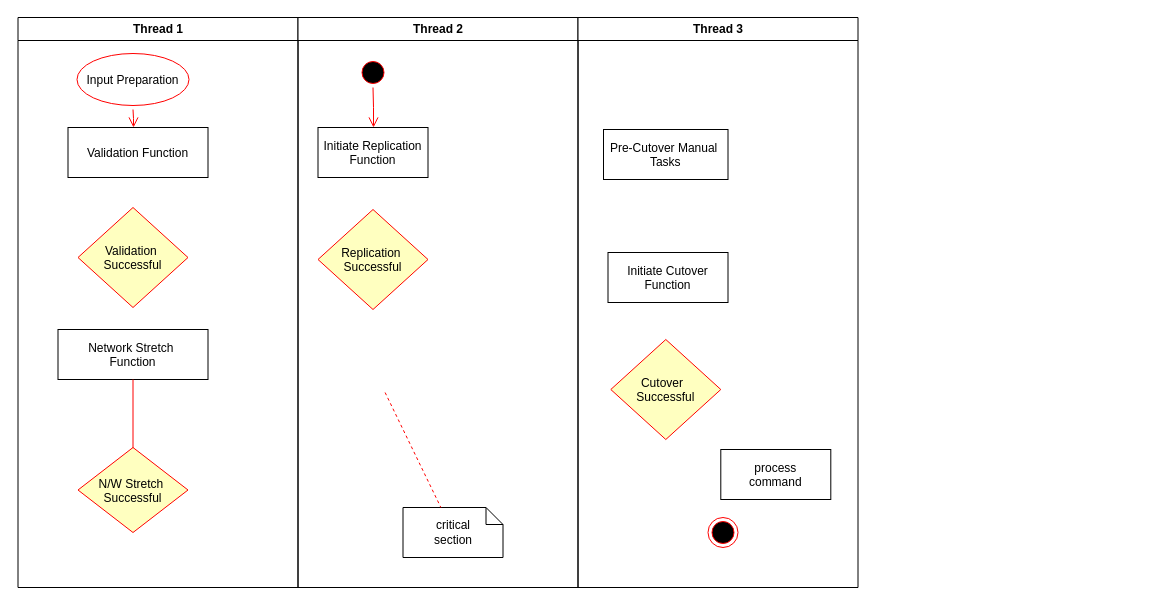
Above: Untitled Diagram.drawio in ShoMat9/DrawIO (draw.io), before the change. Source tidied: cells renumbered, new cells numbered last; positions are measured from the earlier drawing's top-left corner, leaving out a move shared by most shapes. Both pictures are drawn from the tidied source at 100%, with x=0, y=0 at pixel (17, 17).
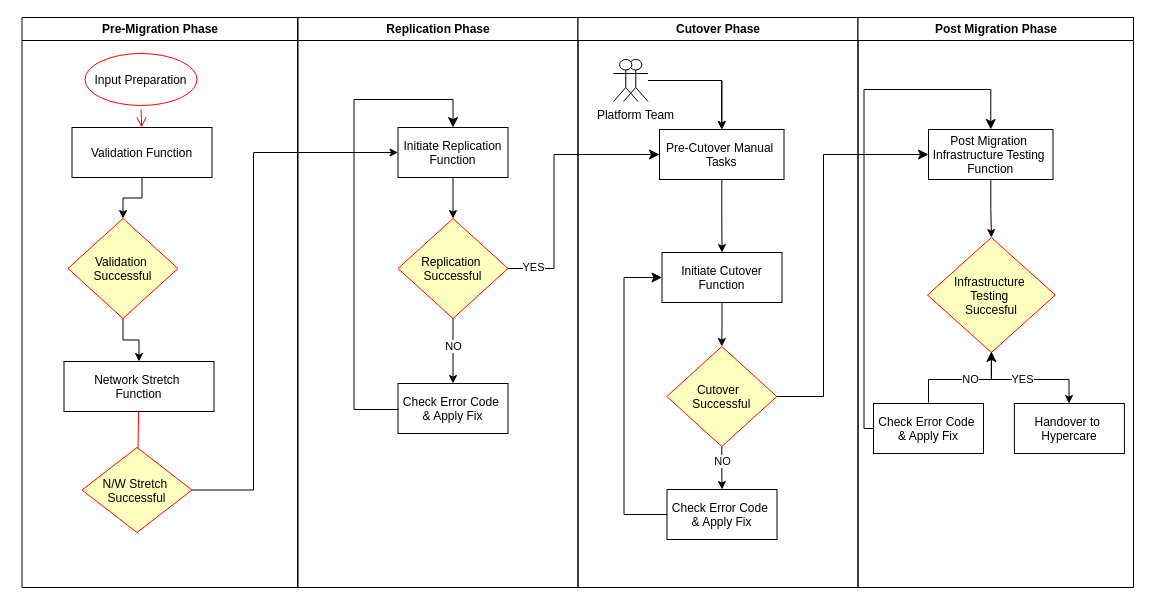
The same page after the edit.

Unchanged cells that the change refers to:
```xml
<mxCell id="5" value="Validation Function" parent="2" vertex="1">
  <mxGeometry x="50" y="110" width="140" height="50" as="geometry" />
</mxCell>
<mxCell id="9" value="N/W Stretch &#10;Successful" style="rhombus;fillColor=#ffffc0;strokeColor=#ff0000;" parent="2" vertex="1">
  <mxGeometry x="60" y="430" width="110" height="85" as="geometry" />
</mxCell>
```

Diff of the diagram source:
```diff
@@
-    <mxCell id="2" value="Thread 1" style="swimlane;whiteSpace=wrap;fillColor=#FFFFFF;" parent="1" vertex="1">
-      <mxGeometry x="0.5" width="280" height="570" as="geometry" />
+    <mxCell id="2" value="Pre-Migration Phase" style="swimlane;whiteSpace=wrap;fillColor=#FFFFFF;" parent="1" vertex="1">
+      <mxGeometry x="4.5" width="275.5" height="570" as="geometry" />
     </mxCell>
     <mxCell id="3" value="Input Preparation" style="ellipse;shape=startState;fillColor=#FFFFFF;strokeColor=#ff0000;" parent="2" vertex="1">
-      <mxGeometry x="55" y="32" width="120" height="60" as="geometry" />
+      <mxGeometry x="59" y="32" width="120" height="60" as="geometry" />
     </mxCell>
@@
+    <mxCell id="23" style="edgeStyle=orthogonalEdgeStyle;rounded=0;jettySize=auto;html=1;" parent="2" edge="1" source="5" target="8">
+      <mxGeometry relative="1" as="geometry" />
+    </mxCell>
@@
     <mxCell id="6" value="Network Stretch &#10;Function" parent="2" vertex="1">
-      <mxGeometry x="40" y="312" width="150" height="50" as="geometry" />
+      <mxGeometry x="42" y="344" width="150" height="50" as="geometry" />
     </mxCell>
@@
+    <mxCell id="24" style="edgeStyle=orthogonalEdgeStyle;rounded=0;jettySize=auto;html=1;" parent="2" edge="1" source="8" target="6">
+      <mxGeometry relative="1" as="geometry" />
+    </mxCell>
     <mxCell id="8" value="Validation &#10;Successful" style="rhombus;fillColor=#ffffc0;strokeColor=#ff0000;" parent="2" vertex="1">
-      <mxGeometry x="60" y="190" width="110" height="100" as="geometry" />
+      <mxGeometry x="46" y="201" width="110" height="100" as="geometry" />
     </mxCell>
@@
-    <mxCell id="10" value="Thread 2" style="swimlane;whiteSpace=wrap;" parent="1" vertex="1">
+    <mxCell id="10" value="Replication Phase" style="swimlane;whiteSpace=wrap;" parent="1" vertex="1">
       <mxGeometry x="280.5" width="280" height="570" as="geometry" />
     </mxCell>
-    <mxCell id="11" style="ellipse;shape=startState;fillColor=#000000;strokeColor=#ff0000;" parent="10" vertex="1">
-      <mxGeometry x="60" y="40" width="30" height="30" as="geometry" />
-    </mxCell>
-    <mxCell id="12" style="edgeStyle=elbowEdgeStyle;elbow=horizontal;verticalAlign=bottom;endArrow=open;endSize=8;strokeColor=#FF0000;endFill=1;rounded=0;" parent="10" edge="1" source="11" target="13">
-      <mxGeometry x="40" y="20" as="geometry" />
-    </mxCell>
+    <mxCell id="25" style="edgeStyle=orthogonalEdgeStyle;rounded=0;jettySize=auto;html=1;" parent="10" edge="1" source="13" target="16">
+      <mxGeometry relative="1" as="geometry" />
+    </mxCell>
     <mxCell id="13" value="Initiate Replication&#10;Function" parent="10" vertex="1">
-      <mxGeometry x="20" y="110" width="110" height="50" as="geometry" />
+      <mxGeometry x="100" y="110" width="110" height="50" as="geometry" />
     </mxCell>
-    <mxCell id="14" value="critical&#10;section" style="shape=note;whiteSpace=wrap;size=17;" parent="10" vertex="1">
-      <mxGeometry x="105" y="490" width="100" height="50" as="geometry" />
-    </mxCell>
-    <mxCell id="15" style="endArrow=none;strokeColor=#FF0000;endFill=0;rounded=0;dashed=1;" parent="10" edge="1" target="14">
-      <mxGeometry relative="1" as="geometry">
-        <mxPoint x="87.1" y="375" as="sourcePoint" />
-      </mxGeometry>
-    </mxCell>
+    <mxCell id="26" style="edgeStyle=orthogonalEdgeStyle;rounded=0;jettySize=auto;html=1;" parent="10" edge="1" source="16" target="28">
+      <mxGeometry relative="1" as="geometry" />
+    </mxCell>
+    <mxCell id="27" value="NO" style="edgeLabel;html=1;align=center;verticalAlign=middle;" parent="26" vertex="1">
+      <mxGeometry x="-0.18" relative="1" as="geometry" />
+    </mxCell>
     <mxCell id="16" value="Replication &#10;Successful" style="rhombus;fillColor=#ffffc0;strokeColor=#ff0000;" parent="10" vertex="1">
-      <mxGeometry x="20" y="192" width="110" height="100" as="geometry" />
+      <mxGeometry x="100" y="201" width="110" height="100" as="geometry" />
     </mxCell>
+    <mxCell id="28" value="Check Error Code &#10;&amp; Apply Fix" parent="10" vertex="1">
+      <mxGeometry x="100" y="366" width="110" height="50" as="geometry" />
+    </mxCell>
+    <mxCell id="29" style="edgeStyle=segmentEdgeStyle;endArrow=classic;html=1;curved=0;rounded=0;endSize=8;startSize=8;entryX=0.5;entryY=0;entryDx=0;entryDy=0;exitX=0;exitY=0.5;exitDx=0;exitDy=0;" parent="10" edge="1" source="28" target="13">
+      <mxGeometry relative="1" as="geometry">
+        <Array as="points">
+          <mxPoint x="100" y="392" />
+          <mxPoint x="56" y="392" />
+          <mxPoint x="56" y="82" />
+          <mxPoint x="155" y="82" />
+        </Array>
+      </mxGeometry>
+    </mxCell>
-    <mxCell id="17" value="Thread 3" style="swimlane;whiteSpace=wrap;" parent="1" vertex="1">
+    <mxCell id="17" value="Cutover Phase" style="swimlane;whiteSpace=wrap;" parent="1" vertex="1">
       <mxGeometry x="560.5" width="280" height="570" as="geometry" />
     </mxCell>
-    <mxCell id="18" value="process&#10;command" parent="17" vertex="1">
-      <mxGeometry x="142.8" y="432" width="110" height="50" as="geometry" />
-    </mxCell>
-    <mxCell id="19" style="ellipse;shape=endState;fillColor=#000000;strokeColor=#ff0000;" parent="17" vertex="1">
-      <mxGeometry x="130" y="500" width="30" height="30" as="geometry" />
-    </mxCell>
+    <mxCell id="30" style="edgeStyle=orthogonalEdgeStyle;rounded=0;jettySize=auto;html=1;" parent="17" edge="1" source="20" target="21">
+      <mxGeometry relative="1" as="geometry" />
+    </mxCell>
     <mxCell id="20" value="Pre-Cutover Manual &#10;Tasks" parent="17" vertex="1">
-      <mxGeometry x="25.5" y="112" width="124.5" height="50" as="geometry" />
+      <mxGeometry x="81.5" y="112" width="124.5" height="50" as="geometry" />
     </mxCell>
+    <mxCell id="31" style="edgeStyle=orthogonalEdgeStyle;rounded=0;jettySize=auto;html=1;" parent="17" edge="1" source="21" target="22">
+      <mxGeometry relative="1" as="geometry" />
+    </mxCell>
     <mxCell id="21" value="Initiate Cutover&#10;Function" parent="17" vertex="1">
-      <mxGeometry x="30" y="235" width="120" height="50" as="geometry" />
+      <mxGeometry x="84" y="235" width="120" height="50" as="geometry" />
     </mxCell>
+    <mxCell id="32" style="edgeStyle=orthogonalEdgeStyle;rounded=0;jettySize=auto;html=1;" parent="17" edge="1" source="22" target="34">
+      <mxGeometry relative="1" as="geometry" />
+    </mxCell>
+    <mxCell id="33" value="NO" style="edgeLabel;html=1;align=center;verticalAlign=middle;" parent="32" vertex="1">
+      <mxGeometry x="-0.35" relative="1" as="geometry" />
+    </mxCell>
     <mxCell id="22" value="Cutover  &#10;Successful" style="rhombus;fillColor=#ffffc0;strokeColor=#ff0000;" parent="17" vertex="1">
-      <mxGeometry x="32.8" y="322" width="110" height="100" as="geometry" />
+      <mxGeometry x="88.8" y="329" width="110" height="100" as="geometry" />
     </mxCell>
+    <mxCell id="34" value="Check Error Code &#10;&amp; Apply Fix" parent="17" vertex="1">
+      <mxGeometry x="89" y="472" width="110" height="50" as="geometry" />
+    </mxCell>
+    <mxCell id="35" style="edgeStyle=segmentEdgeStyle;endArrow=classic;html=1;curved=0;rounded=0;endSize=8;startSize=8;exitX=0;exitY=0.5;exitDx=0;exitDy=0;entryX=0;entryY=0.5;entryDx=0;entryDy=0;" parent="17" edge="1" source="34" target="21">
+      <mxGeometry relative="1" as="geometry">
+        <Array as="points">
+          <mxPoint x="46" y="497" />
+          <mxPoint x="46" y="260" />
+        </Array>
+      </mxGeometry>
+    </mxCell>
+    <mxCell id="36" style="edgeStyle=orthogonalEdgeStyle;rounded=0;jettySize=auto;html=1;" parent="17" edge="1" source="38" target="20">
+      <mxGeometry relative="1" as="geometry" />
+    </mxCell>
+    <mxCell id="37" style="edgeStyle=orthogonalEdgeStyle;rounded=0;jettySize=auto;html=1;" parent="17" edge="1" source="38" target="20">
+      <mxGeometry relative="1" as="geometry" />
+    </mxCell>
+    <mxCell id="38" value="Platform Team" style="shape=umlActor;verticalLabelPosition=bottom;verticalAlign=top;html=1;outlineConnect=0;" parent="17" vertex="1">
+      <mxGeometry x="45.5" y="42" width="24.5" height="42" as="geometry" />
+    </mxCell>
+    <mxCell id="39" style="shape=umlActor;verticalLabelPosition=bottom;verticalAlign=top;html=1;" parent="17" vertex="1">
+      <mxGeometry x="35.5" y="42" width="24.5" height="42" as="geometry" />
+    </mxCell>
+    <mxCell id="40" value="Post Migration Phase" style="swimlane;whiteSpace=wrap;" parent="1" vertex="1">
+      <mxGeometry x="840.5" width="275.5" height="570" as="geometry" />
+    </mxCell>
+    <mxCell id="41" style="edgeStyle=orthogonalEdgeStyle;rounded=0;jettySize=auto;html=1;" parent="40" edge="1" source="42" target="45">
+      <mxGeometry relative="1" as="geometry" />
+    </mxCell>
+    <mxCell id="42" value="Post Migration &#10;Infrastructure Testing &#10;Function" parent="40" vertex="1">
+      <mxGeometry x="70.5" y="112" width="124.5" height="50" as="geometry" />
+    </mxCell>
+    <mxCell id="43" style="edgeStyle=orthogonalEdgeStyle;rounded=0;jettySize=auto;html=1;" parent="40" edge="1" source="45" target="46">
+      <mxGeometry relative="1" as="geometry">
+        <Array as="points">
+          <mxPoint x="133" y="362" />
+          <mxPoint x="211" y="362" />
+        </Array>
+      </mxGeometry>
+    </mxCell>
+    <mxCell id="44" value="YES" style="edgeLabel;html=1;align=center;verticalAlign=middle;" parent="43" vertex="1">
+      <mxGeometry x="-0.14" y="1" relative="1" as="geometry">
+        <mxPoint x="3" as="offset" />
+      </mxGeometry>
+    </mxCell>
+    <mxCell id="45" value="Infrastructure &#10;Testing &#10;Succesful" style="rhombus;fillColor=#ffffc0;strokeColor=#ff0000;" parent="40" vertex="1">
+      <mxGeometry x="69.5" y="220" width="127.8" height="115" as="geometry" />
+    </mxCell>
+    <mxCell id="46" value="Handover to &#10;Hypercare" parent="40" vertex="1">
+      <mxGeometry x="156.4" y="386" width="110" height="50" as="geometry" />
+    </mxCell>
+    <mxCell id="47" value="Check Error Code &#10;&amp; Apply Fix" parent="40" vertex="1">
+      <mxGeometry x="15.5" y="386" width="110" height="50" as="geometry" />
+    </mxCell>
+    <mxCell id="48" style="edgeStyle=segmentEdgeStyle;endArrow=classic;html=1;curved=0;rounded=0;endSize=8;startSize=8;exitX=0.5;exitY=1;exitDx=0;exitDy=0;entryX=0.5;entryY=0;entryDx=0;entryDy=0;" parent="40" edge="1">
+      <mxGeometry relative="1" as="geometry">
+        <mxPoint x="70.5" y="385" as="sourcePoint" />
+        <mxPoint x="133.4" y="334" as="targetPoint" />
+        <Array as="points">
+          <mxPoint x="71" y="362" />
+          <mxPoint x="133" y="362" />
+        </Array>
+      </mxGeometry>
+    </mxCell>
+    <mxCell id="49" value="NO" style="edgeLabel;html=1;align=center;verticalAlign=middle;" parent="48" vertex="1">
+      <mxGeometry x="0.12" y="-1" relative="1" as="geometry">
+        <mxPoint y="-2" as="offset" />
+      </mxGeometry>
+    </mxCell>
+    <mxCell id="50" style="edgeStyle=segmentEdgeStyle;endArrow=classic;html=1;curved=0;rounded=0;endSize=8;startSize=8;entryX=0.5;entryY=0;entryDx=0;entryDy=0;exitX=0;exitY=0.5;exitDx=0;exitDy=0;" parent="40" edge="1" source="47" target="42">
+      <mxGeometry relative="1" as="geometry">
+        <Array as="points">
+          <mxPoint x="6" y="411" />
+          <mxPoint x="6" y="72" />
+          <mxPoint x="133" y="72" />
+        </Array>
+      </mxGeometry>
+    </mxCell>
+    <mxCell id="51" style="edgeStyle=orthogonalEdgeStyle;rounded=0;jettySize=auto;html=1;entryX=0;entryY=0.5;entryDx=0;entryDy=0;" parent="1" edge="1" source="9" target="13">
+      <mxGeometry relative="1" as="geometry">
+        <Array as="points">
+          <mxPoint x="236" y="473" />
+          <mxPoint x="236" y="135" />
+        </Array>
+      </mxGeometry>
+    </mxCell>
+    <mxCell id="52" style="edgeStyle=segmentEdgeStyle;endArrow=classic;html=1;curved=0;rounded=0;endSize=8;startSize=8;entryX=0;entryY=0.5;entryDx=0;entryDy=0;exitX=1;exitY=0.5;exitDx=0;exitDy=0;" parent="1" edge="1" source="22" target="42">
+      <mxGeometry relative="1" as="geometry">
+        <Array as="points">
+          <mxPoint x="806" y="379" />
+          <mxPoint x="806" y="137" />
+        </Array>
+      </mxGeometry>
+    </mxCell>
+    <mxCell id="53" style="edgeStyle=elbowEdgeStyle;elbow=horizontal;endArrow=classic;html=1;curved=0;rounded=0;endSize=8;startSize=8;entryX=0;entryY=0.5;entryDx=0;entryDy=0;exitX=1;exitY=0.5;exitDx=0;exitDy=0;" parent="1" edge="1" source="16" target="20">
+      <mxGeometry relative="1" as="geometry">
+        <Array as="points">
+          <mxPoint x="536.5" y="202" />
+        </Array>
+      </mxGeometry>
+    </mxCell>
+    <mxCell id="54" value="YES" style="edgeLabel;html=1;align=center;verticalAlign=middle;" parent="53" vertex="1">
+      <mxGeometry x="-0.82" y="2" relative="1" as="geometry">
+        <mxPoint x="1" as="offset" />
+      </mxGeometry>
+    </mxCell>
```
